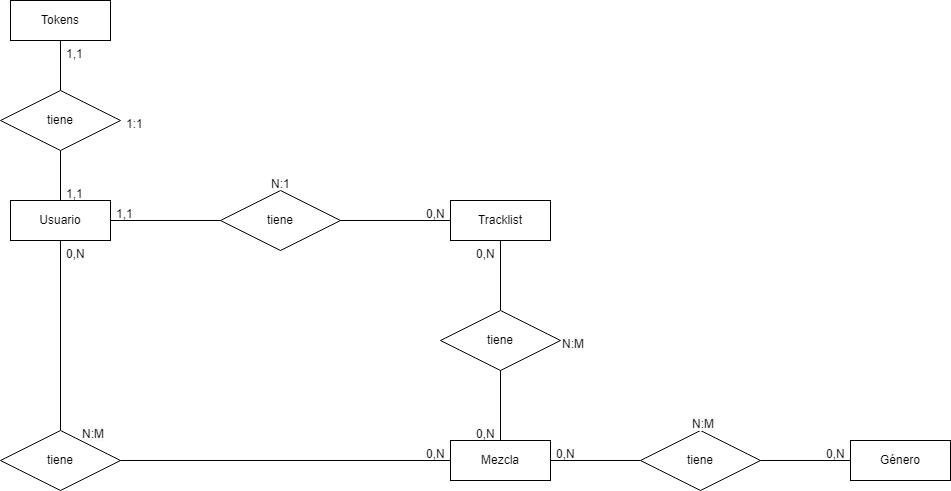
Before: assets/img/Diagrama Entidad Relación GrooveBox.png, a diagram exported from draw.io (LukaLaKuka/GrooveBox). Source tidied: cells renumbered, new cells last; positions are measured from the earlier drawing's top-left corner, leaving out a move shared by most shapes.
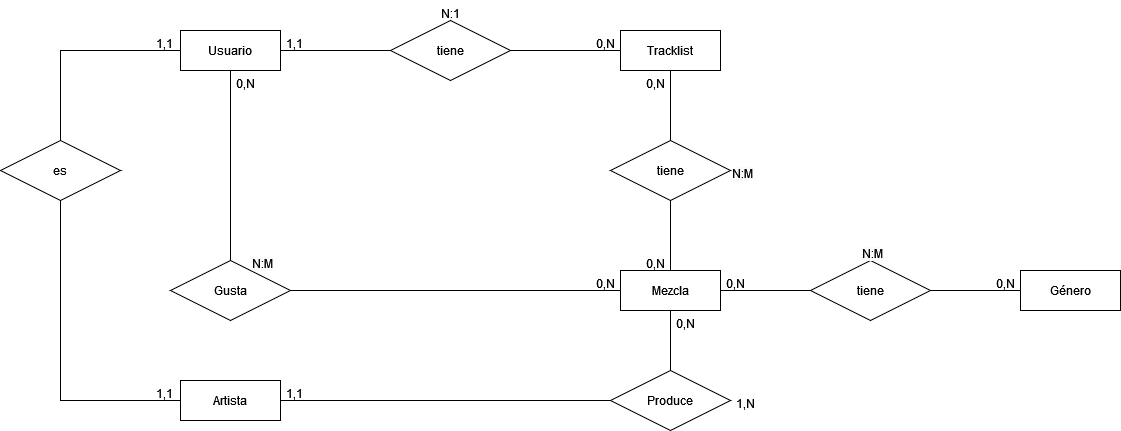
After the change.

Commit message:
BBDD Modificada close #20

Change to the diagram source:
```diff
@@ -8,9 +8,6 @@
     <mxCell id="3" value="Mezcla" style="whiteSpace=wrap;html=1;align=center;" parent="1" vertex="1">
       <mxGeometry x="450" y="440" width="100" height="40" as="geometry" />
     </mxCell>
-    <mxCell id="4" value="Tokens" style="whiteSpace=wrap;html=1;align=center;" parent="1" vertex="1">
-      <mxGeometry x="10" width="100" height="40" as="geometry" />
-    </mxCell>
     <mxCell id="5" value="Tracklist" style="whiteSpace=wrap;html=1;align=center;" parent="1" vertex="1">
       <mxGeometry x="450" y="200" width="100" height="40" as="geometry" />
     </mxCell>
@@ -35,7 +32,7 @@
     <mxCell id="12" style="endArrow=none;html=1;rounded=0;entryX=0.5;entryY=0;entryDx=0;entryDy=0;exitX=0.5;exitY=1;exitDx=0;exitDy=0;" parent="1" edge="1" source="10" target="3">
       <mxGeometry relative="1" as="geometry" />
     </mxCell>
-    <mxCell id="13" value="tiene" style="shape=rhombus;perimeter=rhombusPerimeter;whiteSpace=wrap;html=1;align=center;" parent="1" vertex="1">
+    <mxCell id="13" value="Gusta" style="shape=rhombus;perimeter=rhombusPerimeter;whiteSpace=wrap;html=1;align=center;" parent="1" vertex="1">
       <mxGeometry y="430" width="120" height="60" as="geometry" />
     </mxCell>
     <mxCell id="14" style="endArrow=none;html=1;rounded=0;exitX=0.5;exitY=1;exitDx=0;exitDy=0;entryX=0.5;entryY=0;entryDx=0;entryDy=0;" parent="1" edge="1" source="7" target="13">
@@ -44,15 +41,6 @@
     <mxCell id="15" style="endArrow=none;html=1;rounded=0;entryX=0;entryY=0.5;entryDx=0;entryDy=0;exitX=1;exitY=0.5;exitDx=0;exitDy=0;" parent="1" edge="1" source="13" target="3">
       <mxGeometry relative="1" as="geometry" />
     </mxCell>
-    <mxCell id="16" value="tiene" style="shape=rhombus;perimeter=rhombusPerimeter;whiteSpace=wrap;html=1;align=center;" parent="1" vertex="1">
-      <mxGeometry y="90" width="120" height="60" as="geometry" />
-    </mxCell>
-    <mxCell id="17" style="endArrow=none;html=1;rounded=0;entryX=0.5;entryY=0;entryDx=0;entryDy=0;exitX=0.5;exitY=1;exitDx=0;exitDy=0;" parent="1" edge="1" source="4" target="16">
-      <mxGeometry relative="1" as="geometry" />
-    </mxCell>
-    <mxCell id="18" style="endArrow=none;html=1;rounded=0;exitX=0.5;exitY=1;exitDx=0;exitDy=0;entryX=0.5;entryY=0;entryDx=0;entryDy=0;" parent="1" edge="1" source="16" target="7">
-      <mxGeometry relative="1" as="geometry" />
-    </mxCell>
     <mxCell id="19" value="tiene" style="shape=rhombus;perimeter=rhombusPerimeter;whiteSpace=wrap;html=1;align=center;" parent="1" vertex="1">
       <mxGeometry x="640" y="430" width="120" height="60" as="geometry" />
     </mxCell>
@@ -86,15 +74,6 @@
     <mxCell id="29" value="0,N" style="text;strokeColor=none;fillColor=none;spacingLeft=4;spacingRight=4;overflow=hidden;fontSize=12;whiteSpace=wrap;html=1;" parent="1" vertex="1">
       <mxGeometry x="820" y="440" width="30" height="20" as="geometry" />
     </mxCell>
-    <mxCell id="30" value="1,1" style="text;strokeColor=none;fillColor=none;spacingLeft=4;spacingRight=4;overflow=hidden;fontSize=12;whiteSpace=wrap;html=1;" parent="1" vertex="1">
-      <mxGeometry x="60" y="180" width="30" height="20" as="geometry" />
-    </mxCell>
-    <mxCell id="31" value="1,1" style="text;strokeColor=none;fillColor=none;spacingLeft=4;spacingRight=4;overflow=hidden;fontSize=12;whiteSpace=wrap;html=1;" parent="1" vertex="1">
-      <mxGeometry x="60" y="40" width="30" height="20" as="geometry" />
-    </mxCell>
-    <mxCell id="32" value="1:1" style="text;strokeColor=none;fillColor=none;spacingLeft=4;spacingRight=4;overflow=hidden;fontSize=12;whiteSpace=wrap;html=1;" parent="1" vertex="1">
-      <mxGeometry x="120" y="110" width="30" height="20" as="geometry" />
-    </mxCell>
     <mxCell id="33" value="N:1" style="text;strokeColor=none;fillColor=none;spacingLeft=4;spacingRight=4;overflow=hidden;fontSize=12;whiteSpace=wrap;html=1;" parent="1" vertex="1">
       <mxGeometry x="265" y="170" width="30" height="20" as="geometry" />
     </mxCell>
@@ -107,5 +86,49 @@
     <mxCell id="36" value="&lt;span style=&quot;color: rgb(0, 0, 0); font-family: Helvetica; font-size: 12px; font-style: normal; font-variant-ligatures: normal; font-variant-caps: normal; font-weight: 400; letter-spacing: normal; orphans: 2; text-align: left; text-indent: 0px; text-transform: none; widows: 2; word-spacing: 0px; -webkit-text-stroke-width: 0px; background-color: rgb(251, 251, 251); text-decoration-thickness: initial; text-decoration-style: initial; text-decoration-color: initial; float: none; display: inline !important;&quot;&gt;N:M&lt;/span&gt;" style="text;whiteSpace=wrap;html=1;" parent="1" vertex="1">
       <mxGeometry x="690" y="410" width="25" height="20" as="geometry" />
     </mxCell>
+    <mxCell id="37" value="es" style="shape=rhombus;perimeter=rhombusPerimeter;whiteSpace=wrap;html=1;align=center;" parent="1" vertex="1">
+      <mxGeometry x="-170" y="310" width="120" height="60" as="geometry" />
+    </mxCell>
+    <mxCell id="38" style="endArrow=none;html=1;rounded=0;entryX=0.5;entryY=0;entryDx=0;entryDy=0;exitX=0;exitY=0.5;exitDx=0;exitDy=0;" parent="1" edge="1" source="7" target="37">
+      <mxGeometry relative="1" as="geometry">
+        <Array as="points">
+          <mxPoint x="-110" y="220" />
+        </Array>
+      </mxGeometry>
+    </mxCell>
+    <mxCell id="39" style="endArrow=none;html=1;rounded=0;entryX=0.5;entryY=1;entryDx=0;entryDy=0;exitX=0;exitY=0.5;exitDx=0;exitDy=0;" parent="1" edge="1" source="40" target="37">
+      <mxGeometry relative="1" as="geometry">
+        <Array as="points">
+          <mxPoint x="-110" y="570" />
+        </Array>
+      </mxGeometry>
+    </mxCell>
+    <mxCell id="40" value="Artista" style="whiteSpace=wrap;html=1;align=center;" parent="1" vertex="1">
+      <mxGeometry x="10" y="550" width="100" height="40" as="geometry" />
+    </mxCell>
+    <mxCell id="41" value="Produce" style="shape=rhombus;perimeter=rhombusPerimeter;whiteSpace=wrap;html=1;align=center;" parent="1" vertex="1">
+      <mxGeometry x="440" y="540" width="120" height="60" as="geometry" />
+    </mxCell>
+    <mxCell id="42" style="endArrow=none;html=1;rounded=0;entryX=0;entryY=0.5;entryDx=0;entryDy=0;exitX=1;exitY=0.5;exitDx=0;exitDy=0;" parent="1" edge="1" source="40" target="41">
+      <mxGeometry relative="1" as="geometry" />
+    </mxCell>
+    <mxCell id="43" style="endArrow=none;html=1;rounded=0;entryX=0.5;entryY=1;entryDx=0;entryDy=0;exitX=0.5;exitY=0;exitDx=0;exitDy=0;" parent="1" edge="1" source="41" target="3">
+      <mxGeometry relative="1" as="geometry" />
+    </mxCell>
+    <mxCell id="44" value="1,1" style="text;strokeColor=none;fillColor=none;spacingLeft=4;spacingRight=4;overflow=hidden;fontSize=12;whiteSpace=wrap;html=1;" parent="1" vertex="1">
+      <mxGeometry x="-20" y="200" width="30" height="20" as="geometry" />
+    </mxCell>
+    <mxCell id="45" value="1,1" style="text;strokeColor=none;fillColor=none;spacingLeft=4;spacingRight=4;overflow=hidden;fontSize=12;whiteSpace=wrap;html=1;" parent="1" vertex="1">
+      <mxGeometry x="-20" y="550" width="30" height="20" as="geometry" />
+    </mxCell>
+    <mxCell id="46" value="1,1" style="text;strokeColor=none;fillColor=none;spacingLeft=4;spacingRight=4;overflow=hidden;fontSize=12;whiteSpace=wrap;html=1;" parent="1" vertex="1">
+      <mxGeometry x="110" y="550" width="30" height="20" as="geometry" />
+    </mxCell>
+    <mxCell id="47" value="0,N" style="text;strokeColor=none;fillColor=none;spacingLeft=4;spacingRight=4;overflow=hidden;fontSize=12;whiteSpace=wrap;html=1;" parent="1" vertex="1">
+      <mxGeometry x="500" y="480" width="30" height="20" as="geometry" />
+    </mxCell>
+    <mxCell id="48" value="1,N" style="text;strokeColor=none;fillColor=none;spacingLeft=4;spacingRight=4;overflow=hidden;fontSize=12;whiteSpace=wrap;html=1;" parent="1" vertex="1">
+      <mxGeometry x="560" y="560" width="30" height="20" as="geometry" />
+    </mxCell>
   </root>
 </mxGraphModel>
```
